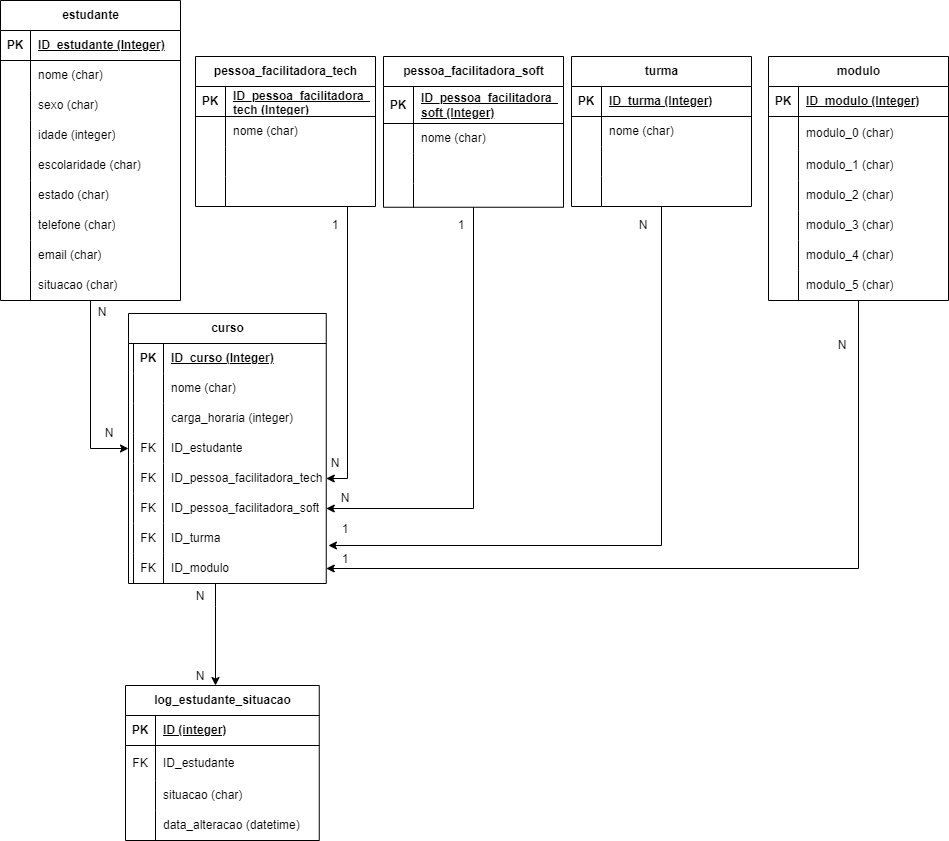
Earlier version of the draw.io export Diagrama Lógico/Projeto_modulo3_Banco_de_dados.drawio.png (denysonbrito/Projeto_em_grupo_modulo3_Banco_de_dados). Source tidied: cells renumbered, new cells last; positions are measured from the earlier drawing's top-left corner, leaving out a move shared by most shapes.
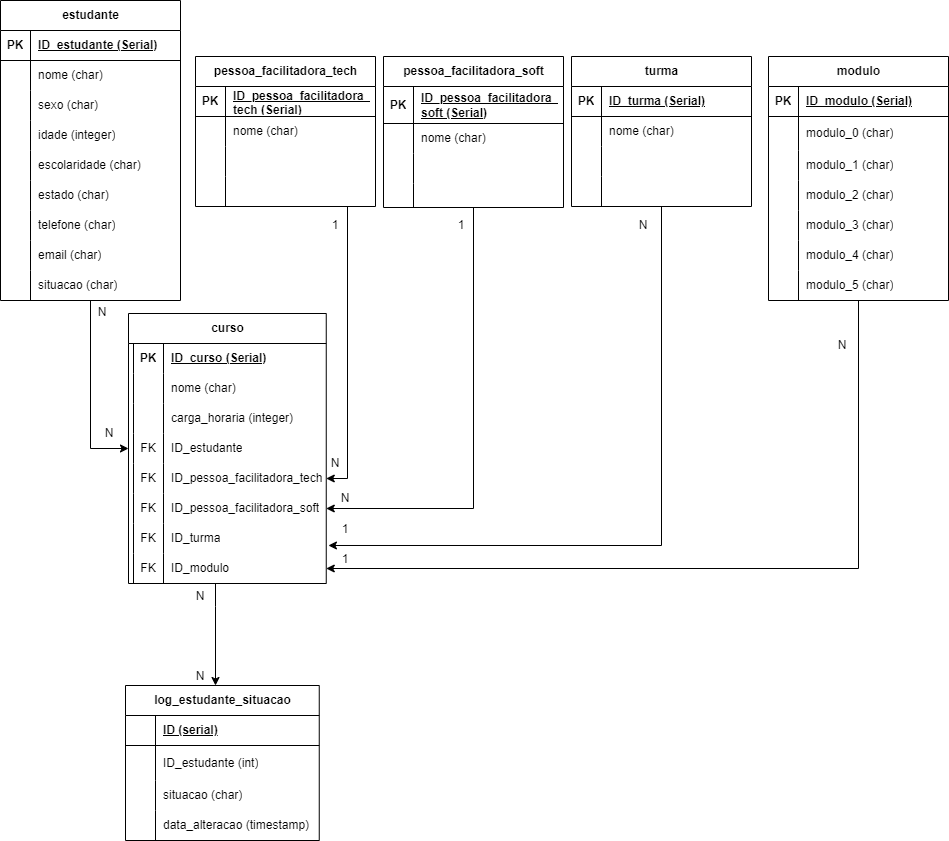
The same diagram one commit later.

Commit message:
Atualização do diagrama

O tipo serial foi definido nos campos IDs e o campo data_alteracao da entidade log_estudante_situacao foi a alterado seu tipo para timestamp

The edit, as a diff of the source:
```diff
@@ -8,19 +8,19 @@
     <mxCell id="3" style="shape=tableRow;horizontal=0;startSize=0;swimlaneHead=0;swimlaneBody=0;fillColor=none;top=0;left=0;right=0;bottom=1;" parent="2" vertex="1">
       <mxGeometry y="30" width="193.8" height="30" as="geometry" />
     </mxCell>
-    <mxCell id="4" value="PK" style="shape=partialRectangle;fillColor=none;top=0;left=0;bottom=0;right=0;fontStyle=1;overflow=hidden;whiteSpace=wrap;html=1;" parent="3" vertex="1">
+    <mxCell id="4" style="shape=partialRectangle;fillColor=none;top=0;left=0;bottom=0;right=0;fontStyle=1;overflow=hidden;whiteSpace=wrap;html=1;" parent="3" vertex="1">
       <mxGeometry width="30" height="30" as="geometry" />
     </mxCell>
-    <mxCell id="5" value="ID (integer)" style="shape=partialRectangle;fillColor=none;top=0;left=0;bottom=0;right=0;align=left;spacingLeft=6;fontStyle=5;overflow=hidden;whiteSpace=wrap;html=1;" parent="3" vertex="1">
+    <mxCell id="5" value="ID (serial)" style="shape=partialRectangle;fillColor=none;top=0;left=0;bottom=0;right=0;align=left;spacingLeft=6;fontStyle=5;overflow=hidden;whiteSpace=wrap;html=1;" parent="3" vertex="1">
       <mxGeometry x="30" width="163.8" height="30" as="geometry" />
     </mxCell>
     <mxCell id="6" style="shape=tableRow;horizontal=0;startSize=0;swimlaneHead=0;swimlaneBody=0;fillColor=none;top=0;left=0;right=0;bottom=0;" parent="2" vertex="1">
       <mxGeometry y="60" width="193.8" height="35" as="geometry" />
     </mxCell>
-    <mxCell id="7" value="FK" style="shape=partialRectangle;fillColor=none;top=0;left=0;bottom=0;right=0;overflow=hidden;whiteSpace=wrap;html=1;" parent="6" vertex="1">
+    <mxCell id="7" style="shape=partialRectangle;fillColor=none;top=0;left=0;bottom=0;right=0;overflow=hidden;whiteSpace=wrap;html=1;" parent="6" vertex="1">
       <mxGeometry width="30" height="35" as="geometry" />
     </mxCell>
-    <mxCell id="8" value="ID_estudante" style="shape=partialRectangle;fillColor=none;top=0;left=0;bottom=0;right=0;align=left;spacingLeft=6;overflow=hidden;whiteSpace=wrap;html=1;" parent="6" vertex="1">
+    <mxCell id="8" value="ID_estudante (int)" style="shape=partialRectangle;fillColor=none;top=0;left=0;bottom=0;right=0;align=left;spacingLeft=6;overflow=hidden;whiteSpace=wrap;html=1;" parent="6" vertex="1">
       <mxGeometry x="30" width="163.8" height="35" as="geometry" />
     </mxCell>
     <mxCell id="9" style="shape=tableRow;horizontal=0;startSize=0;swimlaneHead=0;swimlaneBody=0;fillColor=none;top=0;left=0;right=0;bottom=0;" parent="2" vertex="1">
@@ -38,7 +38,7 @@
     <mxCell id="13" style="shape=partialRectangle;fillColor=none;top=0;left=0;bottom=0;right=0;overflow=hidden;whiteSpace=wrap;html=1;" parent="12" vertex="1">
       <mxGeometry width="30" height="30" as="geometry" />
     </mxCell>
-    <mxCell id="14" value="data_alteracao (datetime)" style="shape=partialRectangle;fillColor=none;top=0;left=0;bottom=0;right=0;align=left;spacingLeft=6;overflow=hidden;whiteSpace=wrap;html=1;" parent="12" vertex="1">
+    <mxCell id="14" value="data_alteracao (timestamp)" style="shape=partialRectangle;fillColor=none;top=0;left=0;bottom=0;right=0;align=left;spacingLeft=6;overflow=hidden;whiteSpace=wrap;html=1;" parent="12" vertex="1">
       <mxGeometry x="30" width="163.8" height="30" as="geometry" />
     </mxCell>
     <mxCell id="15" style="edgeStyle=orthogonalEdgeStyle;rounded=0;jettySize=auto;html=1;" parent="1" edge="1" source="16" target="106">
@@ -53,7 +53,7 @@
     <mxCell id="18" value="PK" style="shape=partialRectangle;fillColor=none;top=0;left=0;bottom=0;right=0;fontStyle=1;overflow=hidden;whiteSpace=wrap;html=1;" parent="17" vertex="1">
       <mxGeometry width="30" height="30" as="geometry" />
     </mxCell>
-    <mxCell id="19" value="ID_estudante (Integer)" style="shape=partialRectangle;fillColor=none;top=0;left=0;bottom=0;right=0;align=left;spacingLeft=6;fontStyle=5;overflow=hidden;whiteSpace=wrap;html=1;" parent="17" vertex="1">
+    <mxCell id="19" value="ID_estudante (Serial)" style="shape=partialRectangle;fillColor=none;top=0;left=0;bottom=0;right=0;align=left;spacingLeft=6;fontStyle=5;overflow=hidden;whiteSpace=wrap;html=1;" parent="17" vertex="1">
       <mxGeometry x="30" width="150" height="30" as="geometry" />
     </mxCell>
     <mxCell id="20" style="shape=tableRow;horizontal=0;startSize=0;swimlaneHead=0;swimlaneBody=0;fillColor=none;top=0;left=0;right=0;bottom=0;" parent="16" vertex="1">
@@ -144,7 +144,7 @@
     <mxCell id="47" value="PK" style="shape=partialRectangle;fillColor=none;top=0;left=0;bottom=0;right=0;fontStyle=1;overflow=hidden;whiteSpace=wrap;html=1;" parent="46" vertex="1">
       <mxGeometry width="30" height="30" as="geometry" />
     </mxCell>
-    <mxCell id="48" value="ID_pessoa_facilitadora_&lt;br&gt;tech (Integer)" style="shape=partialRectangle;fillColor=none;top=0;left=0;bottom=0;right=0;align=left;spacingLeft=6;fontStyle=5;overflow=hidden;whiteSpace=wrap;html=1;" parent="46" vertex="1">
+    <mxCell id="48" value="ID_pessoa_facilitadora_&lt;br&gt;tech (Serial)" style="shape=partialRectangle;fillColor=none;top=0;left=0;bottom=0;right=0;align=left;spacingLeft=6;fontStyle=5;overflow=hidden;whiteSpace=wrap;html=1;" parent="46" vertex="1">
       <mxGeometry x="30" width="150" height="30" as="geometry" />
     </mxCell>
     <mxCell id="49" style="shape=tableRow;horizontal=0;startSize=0;swimlaneHead=0;swimlaneBody=0;fillColor=none;top=0;left=0;right=0;bottom=0;" parent="45" vertex="1">
@@ -186,7 +186,7 @@
     <mxCell id="61" value="PK" style="shape=partialRectangle;fillColor=none;top=0;left=0;bottom=0;right=0;fontStyle=1;overflow=hidden;whiteSpace=wrap;html=1;" parent="60" vertex="1">
       <mxGeometry width="30" height="30" as="geometry" />
     </mxCell>
-    <mxCell id="62" value="ID_turma (Integer)" style="shape=partialRectangle;fillColor=none;top=0;left=0;bottom=0;right=0;align=left;spacingLeft=6;fontStyle=5;overflow=hidden;whiteSpace=wrap;html=1;" parent="60" vertex="1">
+    <mxCell id="62" value="ID_turma (Serial)" style="shape=partialRectangle;fillColor=none;top=0;left=0;bottom=0;right=0;align=left;spacingLeft=6;fontStyle=5;overflow=hidden;whiteSpace=wrap;html=1;" parent="60" vertex="1">
       <mxGeometry x="30" width="150" height="30" as="geometry" />
     </mxCell>
     <mxCell id="63" style="shape=tableRow;horizontal=0;startSize=0;swimlaneHead=0;swimlaneBody=0;fillColor=none;top=0;left=0;right=0;bottom=0;" parent="59" vertex="1">
@@ -228,7 +228,7 @@
     <mxCell id="75" value="PK" style="shape=partialRectangle;fillColor=none;top=0;left=0;bottom=0;right=0;fontStyle=1;overflow=hidden;whiteSpace=wrap;html=1;" parent="74" vertex="1">
       <mxGeometry width="30" height="30" as="geometry" />
     </mxCell>
-    <mxCell id="76" value="ID_modulo (Integer)" style="shape=partialRectangle;fillColor=none;top=0;left=0;bottom=0;right=0;align=left;spacingLeft=6;fontStyle=5;overflow=hidden;whiteSpace=wrap;html=1;" parent="74" vertex="1">
+    <mxCell id="76" value="ID_modulo (Serial)" style="shape=partialRectangle;fillColor=none;top=0;left=0;bottom=0;right=0;align=left;spacingLeft=6;fontStyle=5;overflow=hidden;whiteSpace=wrap;html=1;" parent="74" vertex="1">
       <mxGeometry x="30" width="150" height="30" as="geometry" />
     </mxCell>
     <mxCell id="77" style="shape=tableRow;horizontal=0;startSize=0;swimlaneHead=0;swimlaneBody=0;fillColor=none;top=0;left=0;right=0;bottom=0;" parent="73" vertex="1">
@@ -302,7 +302,7 @@
     <mxCell id="98" value="PK" style="shape=partialRectangle;fillColor=none;top=0;left=0;bottom=0;right=0;fontStyle=1;overflow=hidden;whiteSpace=wrap;html=1;" parent="97" vertex="1">
       <mxGeometry x="5" width="30" height="30" as="geometry" />
     </mxCell>
-    <mxCell id="99" value="ID_curso (Integer)" style="shape=partialRectangle;fillColor=none;top=0;left=0;bottom=0;right=0;align=left;spacingLeft=6;fontStyle=5;overflow=hidden;whiteSpace=wrap;html=1;" parent="97" vertex="1">
+    <mxCell id="99" value="ID_curso (Serial)" style="shape=partialRectangle;fillColor=none;top=0;left=0;bottom=0;right=0;align=left;spacingLeft=6;fontStyle=5;overflow=hidden;whiteSpace=wrap;html=1;" parent="97" vertex="1">
       <mxGeometry x="35" width="162.8" height="30" as="geometry" />
     </mxCell>
     <mxCell id="100" style="shape=tableRow;horizontal=0;startSize=5;swimlaneHead=0;swimlaneBody=0;fillColor=none;top=0;left=0;right=0;bottom=0;" parent="96" vertex="1">
@@ -402,7 +402,7 @@
       <mxGeometry relative="1" as="geometry" />
     </mxCell>
     <mxCell id="132" value="pessoa_facilitadora_soft" style="shape=table;startSize=30;rowLines=0;fontStyle=1;align=center;html=1;" parent="1" vertex="1">
-      <mxGeometry x="383" y="56" width="180" height="150.8" as="geometry" />
+      <mxGeometry x="383" y="56" width="180" height="151" as="geometry" />
     </mxCell>
     <mxCell id="133" style="shape=tableRow;horizontal=0;startSize=0;swimlaneHead=0;swimlaneBody=0;fillColor=none;top=0;left=0;right=0;bottom=1;" parent="132" vertex="1">
       <mxGeometry y="30" width="180" height="37" as="geometry" />
@@ -410,7 +410,7 @@
     <mxCell id="134" value="PK" style="shape=partialRectangle;fillColor=none;top=0;left=0;bottom=0;right=0;fontStyle=1;overflow=hidden;whiteSpace=wrap;html=1;" parent="133" vertex="1">
       <mxGeometry width="30" height="37" as="geometry" />
     </mxCell>
-    <mxCell id="135" value="ID_pessoa_facilitadora_&lt;br&gt;soft (Integer)" style="shape=partialRectangle;fillColor=none;top=0;left=0;bottom=0;right=0;align=left;spacingLeft=6;fontStyle=5;overflow=hidden;whiteSpace=wrap;html=1;" parent="133" vertex="1">
+    <mxCell id="135" value="ID_pessoa_facilitadora_&lt;br&gt;soft (Serial)" style="shape=partialRectangle;fillColor=none;top=0;left=0;bottom=0;right=0;align=left;spacingLeft=6;fontStyle=5;overflow=hidden;whiteSpace=wrap;html=1;" parent="133" vertex="1">
       <mxGeometry x="30" width="150" height="37" as="geometry" />
     </mxCell>
     <mxCell id="136" style="shape=tableRow;horizontal=0;startSize=0;swimlaneHead=0;swimlaneBody=0;fillColor=none;top=0;left=0;right=0;bottom=0;" parent="132" vertex="1">
```
